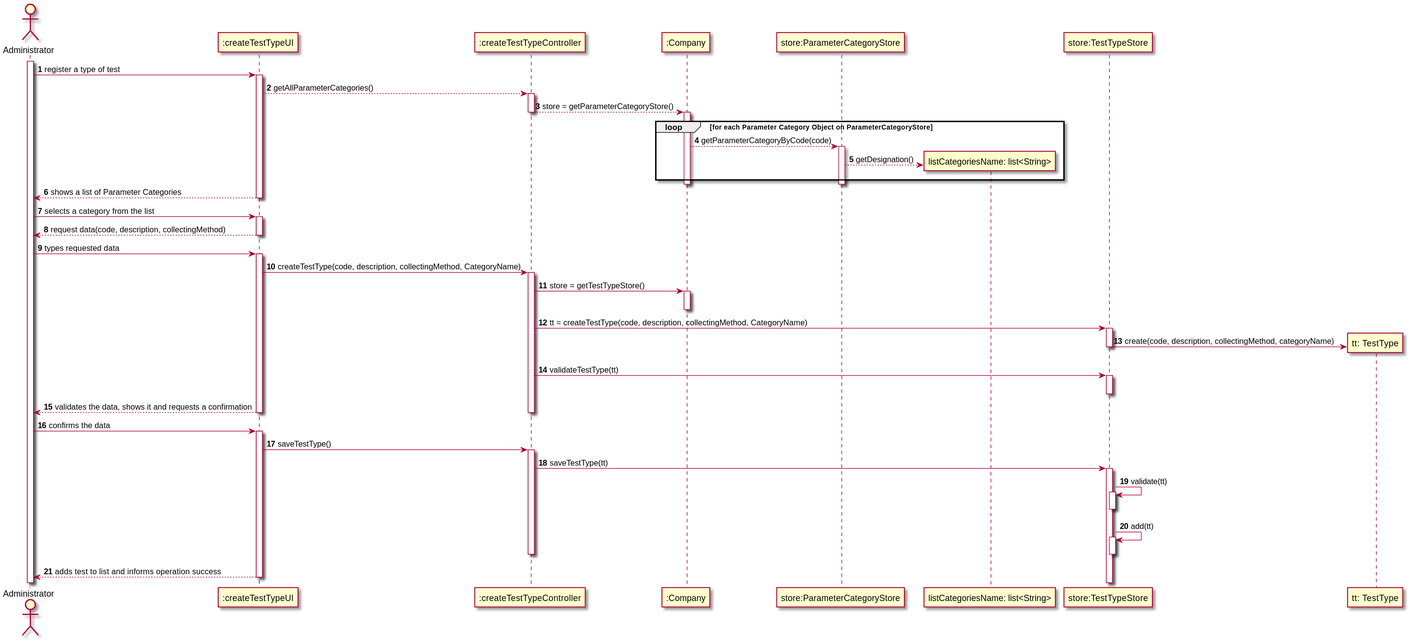
Before: docs/SprintB/US09/US09-SD.svg, a diagram exported from PlantUML (0franciscor/lei-21-s2-1de-g19).
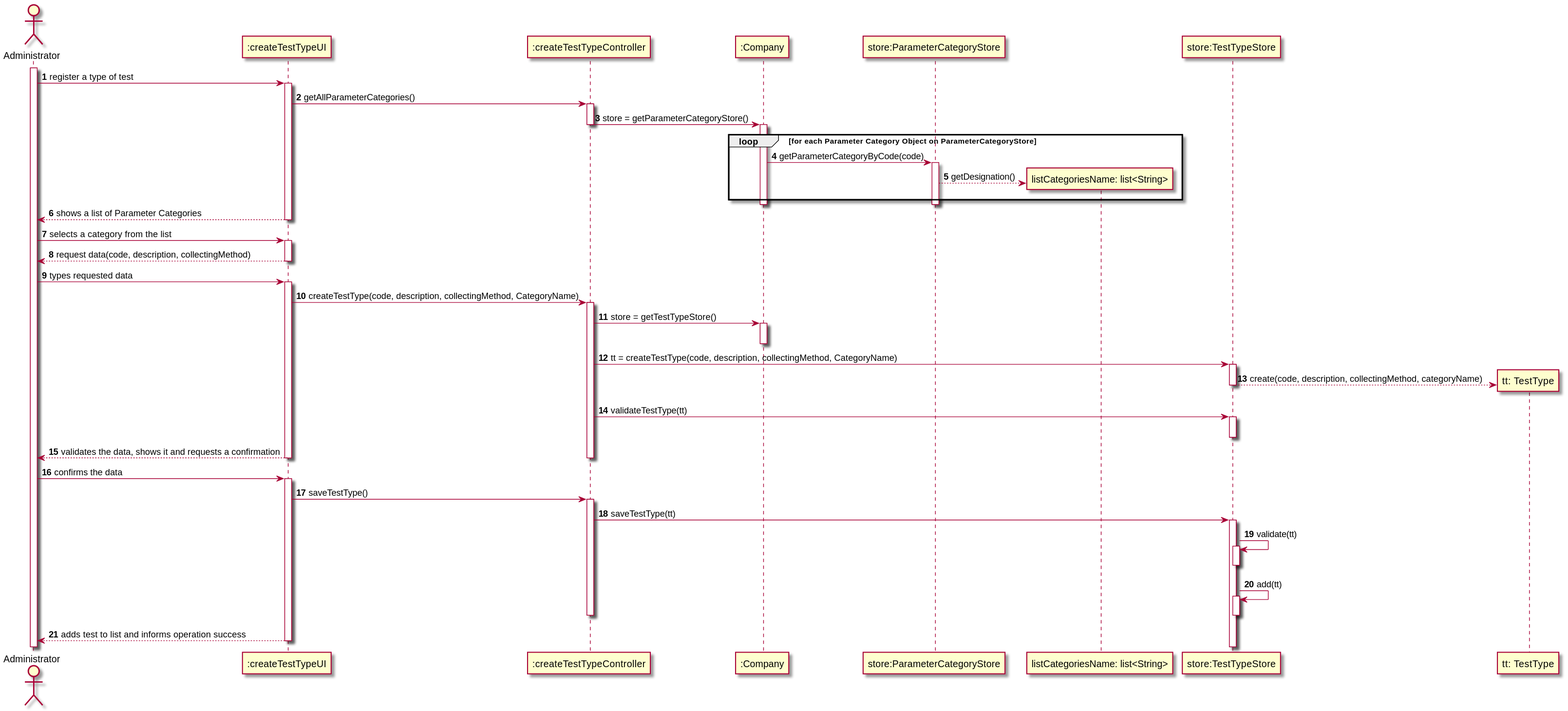
After the change.

Commit message:
Ligeiras correções no SD da US9

Change to the diagram source:
```diff
@@ -5,13 +5,13 @@
 
 admin -> ":createTestTypeUI" : register a type of test
 activate ":createTestTypeUI"
-":createTestTypeUI" --> ":createTestTypeController": getAllParameterCategories()
+":createTestTypeUI" -> ":createTestTypeController": getAllParameterCategories()
 activate ":createTestTypeController"
-":createTestTypeController" --> ":Company": store = getParameterCategoryStore()
+":createTestTypeController" -> ":Company": store = getParameterCategoryStore()
 deactivate ":createTestTypeController"
 activate ":Company"
 loop for each Parameter Category Object on ParameterCategoryStore
-":Company" --> "store:ParameterCategoryStore": getParameterCategoryByCode(code)
+":Company" -> "store:ParameterCategoryStore": getParameterCategoryByCode(code)
 activate "store:ParameterCategoryStore"
 create "listCategoriesName: list<String>"
 "store:ParameterCategoryStore" --> "listCategoriesName: list<String>": getDesignation()
@@ -35,7 +35,7 @@
 ":createTestTypeController" -> "store:TestTypeStore" : tt = createTestType(code, description, collectingMethod, CategoryName)
 activate "store:TestTypeStore"
 create "tt: TestType"
-"store:TestTypeStore" -> "tt: TestType" : create(code, description, collectingMethod, categoryName)
+"store:TestTypeStore" --> "tt: TestType" : create(code, description, collectingMethod, categoryName)
 deactivate "store:TestTypeStore"
 ":createTestTypeController" -> "store:TestTypeStore" : validateTestType(tt)
 activate "store:TestTypeStore"
```
